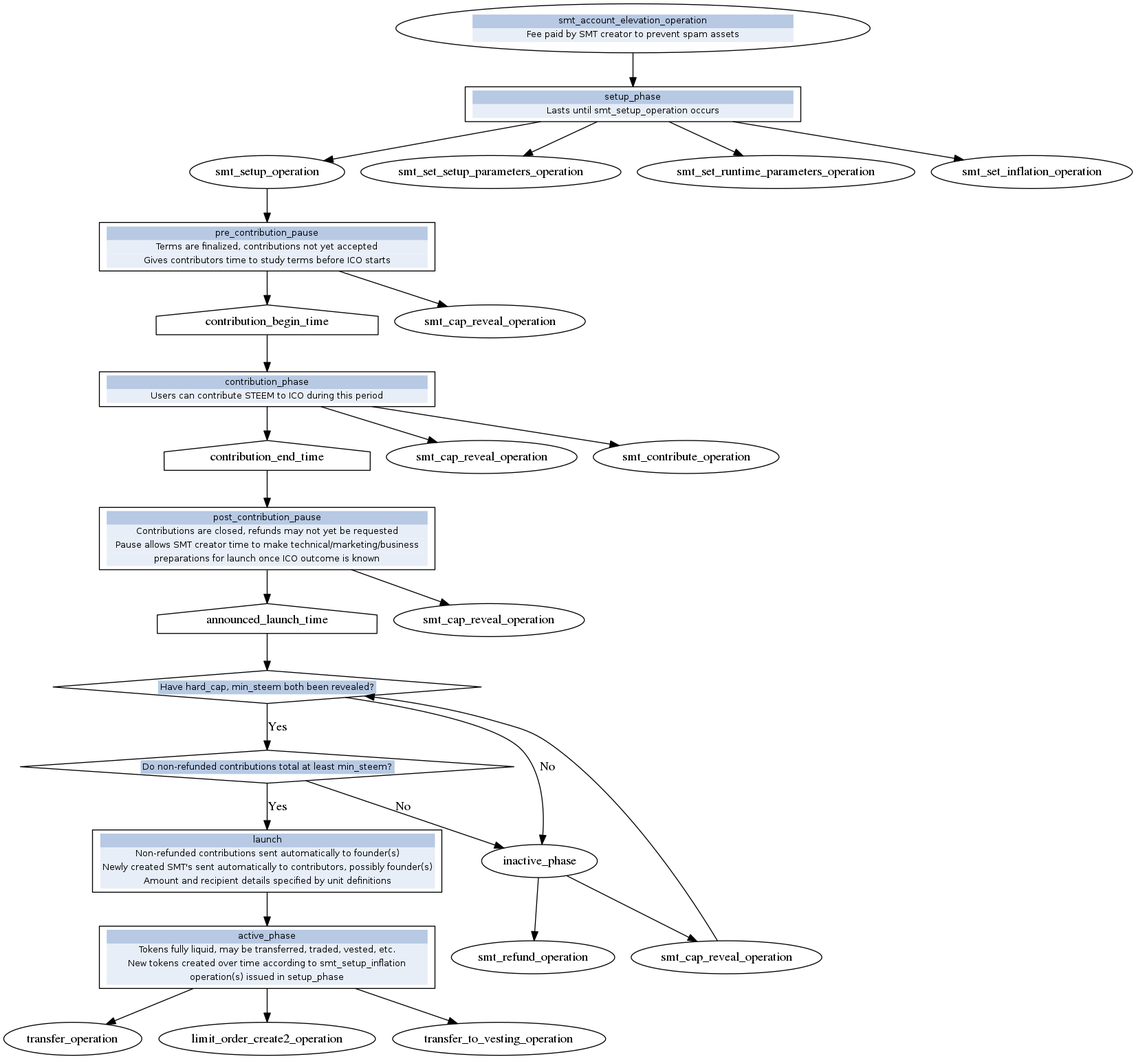
The Graphviz diagram smt-manual/img/timeline.png in steemit/smt-whitepaper, before a commit. Its source is kept beside it as smt-manual/timeline.dot. Source of this version:
```dot
digraph {
   {
      smt_account_elevation_operation[shape=ellipse group=mainline
		label=
		<
			<FONT POINT-SIZE="10" FACE="dialog">
			<TABLE BORDER="0" CELLSPACING="0">
			<TR><TD WIDTH="350" BGCOLOR="#b7c9e3">smt_account_elevation_operation</TD></TR>
			<TR><TD BGCOLOR="#e8eef7">Fee paid by SMT creator to prevent spam assets</TD></TR>
			</TABLE>
			</FONT>
		>
      ]

      setup_phase[shape=rectangle group=mainline
		label=
		<
			<FONT POINT-SIZE="10" FACE="dialog">
			<TABLE BORDER="0" CELLSPACING="0">
			<TR><TD WIDTH="350" BGCOLOR="#b7c9e3">setup_phase</TD></TR>
			<TR><TD BGCOLOR="#e8eef7">Lasts until smt_setup_operation occurs</TD></TR>
			</TABLE>
			</FONT>
		>
      ]

      pre_contribution_pause[shape=rectangle group=mainline
		label=
		<
			<FONT POINT-SIZE="10" FACE="dialog">
			<TABLE BORDER="0" CELLSPACING="0">
			<TR><TD WIDTH="350" BGCOLOR="#b7c9e3">pre_contribution_pause</TD></TR>
			<TR><TD BGCOLOR="#e8eef7">Terms are finalized, contributions not yet accepted</TD></TR>
			<TR><TD BGCOLOR="#e8eef7">Gives contributors time to study terms before ICO starts</TD></TR>
			</TABLE>
			</FONT>
		>
      ]

      contribution_begin_time[shape=house group=mainline]

      contribution_phase[shape=rectangle group=mainline
		label=
		<
			<FONT POINT-SIZE="10" FACE="dialog">
			<TABLE BORDER="0" CELLSPACING="0">
			<TR><TD WIDTH="350" BGCOLOR="#b7c9e3">contribution_phase</TD></TR>
			<TR><TD BGCOLOR="#e8eef7">Users can contribute STEEM to ICO during this period</TD></TR>
			</TABLE>
			</FONT>
		>
      ]

      contribution_end_time[shape=house group=mainline]

      post_contribution_pause[shape=rectangle group=mainline
		label=
		<
			<FONT POINT-SIZE="10" FACE="dialog">
			<TABLE BORDER="0" CELLSPACING="0">
			<TR><TD WIDTH="350" BGCOLOR="#b7c9e3">post_contribution_pause</TD></TR>
			<TR><TD BGCOLOR="#e8eef7">Contributions are closed, refunds may not yet be requested</TD></TR>
			<TR><TD BGCOLOR="#e8eef7">Pause allows SMT creator time to make technical/marketing/business</TD></TR>
                        <TR><TD BGCOLOR="#e8eef7">preparations for launch once ICO outcome is known</TD></TR>
			</TABLE>
			</FONT>
		>
      ]

      announced_launch_time[shape=house group=mainline]

      cap_revealed[shape=diamond group=mainline
		label=
		<
			<FONT POINT-SIZE="10" FACE="dialog">
			<TABLE BORDER="0" CELLSPACING="0">
			<TR><TD BGCOLOR="#b7c9e3">Have hard_cap, min_steem both been revealed?</TD></TR>
			</TABLE>
			</FONT>
		>]

      sufficient_contributions[shape=diamond group=mainline
		label=
		<
			<FONT POINT-SIZE="10" FACE="dialog">
			<TABLE BORDER="0" CELLSPACING="0">
			<TR><TD BGCOLOR="#b7c9e3">Do non-refunded contributions total at least min_steem?</TD></TR>
			</TABLE>
			</FONT>
		>]

      launch[shape=rectangle group=mainline
		label=
		<
			<FONT POINT-SIZE="10" FACE="dialog">
			<TABLE BORDER="0" CELLSPACING="0">
			<TR><TD WIDTH="350" BGCOLOR="#b7c9e3">launch</TD></TR>
			<TR><TD BGCOLOR="#e8eef7">Non-refunded contributions sent automatically to founder(s)</TD></TR>
			<TR><TD BGCOLOR="#e8eef7">Newly created SMT's sent automatically to contributors, possibly founder(s)</TD></TR>
                        <TR><TD BGCOLOR="#e8eef7">Amount and recipient details specified by unit definitions</TD></TR>
			</TABLE>
			</FONT>
		>
      ]

      active_phase[shape=rectangle group=mainline
		label=
		<
			<FONT POINT-SIZE="10" FACE="dialog">
			<TABLE BORDER="0" CELLSPACING="0">
			<TR><TD WIDTH="350" BGCOLOR="#b7c9e3">active_phase</TD></TR>
			<TR><TD BGCOLOR="#e8eef7">Tokens fully liquid, may be transferred, traded, vested, etc.</TD></TR>
			<TR><TD BGCOLOR="#e8eef7">New tokens created over time according to smt_setup_inflation</TD></TR>
                        <TR><TD BGCOLOR="#e8eef7">operation(s) issued in setup_phase</TD></TR>
			</TABLE>
			</FONT>
		>
      ]

      smt_setup_operation[shape=ellipse]

      smt_cap_reveal_operation_1[shape=ellipse label=smt_cap_reveal_operation]
      smt_cap_reveal_operation_2[shape=ellipse label=smt_cap_reveal_operation]
      smt_cap_reveal_operation_3[shape=ellipse label=smt_cap_reveal_operation]
      smt_cap_reveal_operation_4[shape=ellipse label=smt_cap_reveal_operation]

      smt_refund_operation[shape=ellipse]
   }

   smt_account_elevation_operation -> setup_phase;
   setup_phase -> smt_setup_operation;
   smt_setup_operation -> pre_contribution_pause;
   pre_contribution_pause -> contribution_begin_time;
   contribution_begin_time -> contribution_phase;
   contribution_phase -> contribution_end_time;
   contribution_end_time -> post_contribution_pause;
   post_contribution_pause -> announced_launch_time;
   announced_launch_time -> cap_revealed;
   cap_revealed -> sufficient_contributions [label="Yes"];
   sufficient_contributions -> launch [label="Yes"];
   sufficient_contributions -> inactive_phase [label="No"];
   cap_revealed -> inactive_phase [label="No"];
   launch -> active_phase;

   inactive_phase -> smt_cap_reveal_operation_4;
   inactive_phase -> smt_refund_operation;
   smt_cap_reveal_operation_4 -> cap_revealed;

   setup_phase -> smt_set_setup_parameters_operation;
   setup_phase -> smt_set_runtime_parameters_operation;
   setup_phase -> smt_set_inflation_operation;

   pre_contribution_pause -> smt_cap_reveal_operation_1;
   contribution_phase -> smt_cap_reveal_operation_2;
   post_contribution_pause -> smt_cap_reveal_operation_3;

   contribution_phase -> smt_contribute_operation;

   active_phase -> transfer_operation;
   active_phase -> limit_order_create2_operation;
   active_phase -> transfer_to_vesting_operation;
}
```
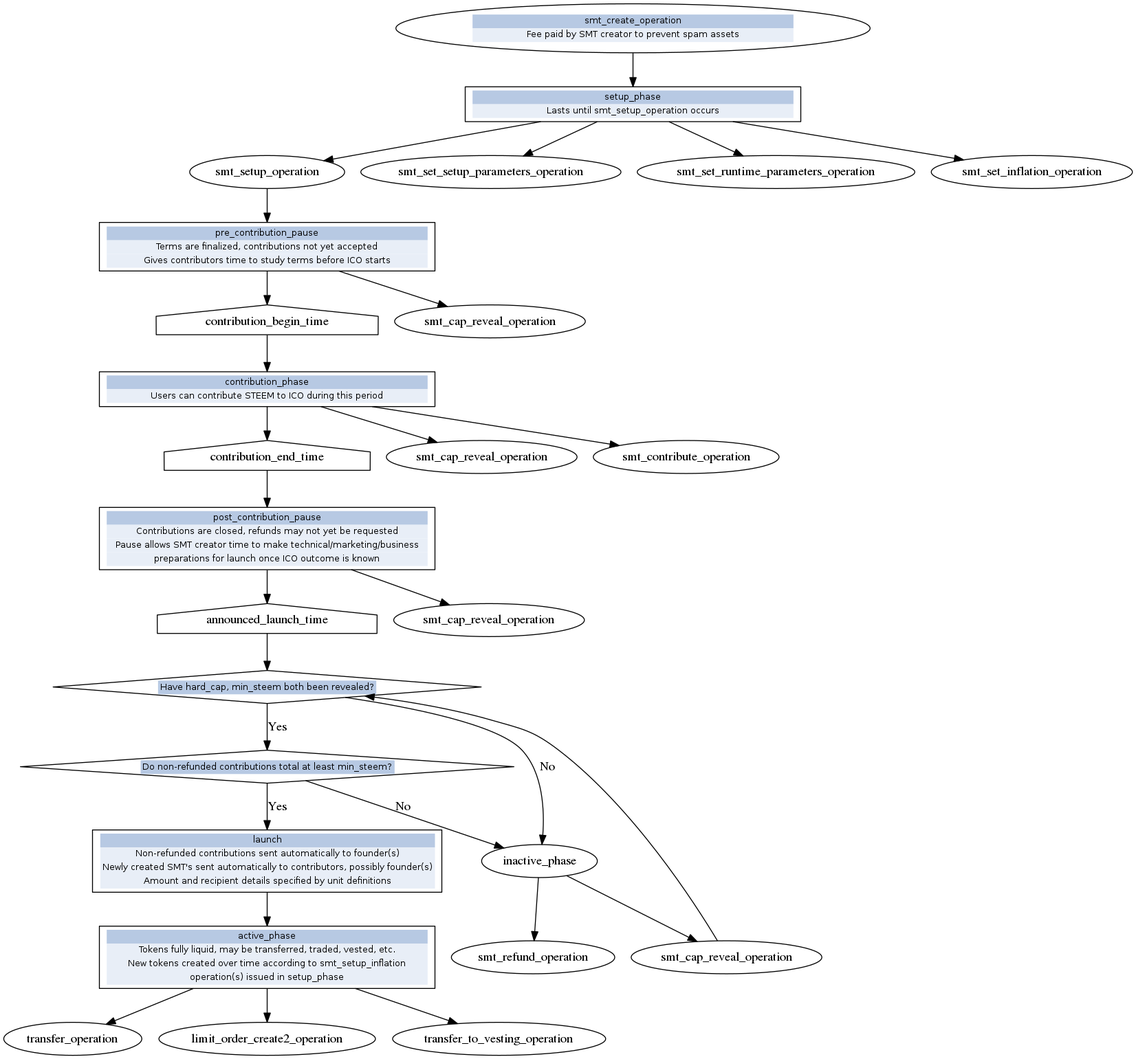
Later version of the same file.

Commit message:
Change smt_elevate_account_operation -> smt_create_operation #93

What changed in the source:
```diff
@@ -1,11 +1,11 @@
 digraph {
    {
-      smt_account_elevation_operation[shape=ellipse group=mainline
+      smt_create_operation[shape=ellipse group=mainline
 		label=
 		<
 			<FONT POINT-SIZE="10" FACE="dialog">
 			<TABLE BORDER="0" CELLSPACING="0">
-			<TR><TD WIDTH="350" BGCOLOR="#b7c9e3">smt_account_elevation_operation</TD></TR>
+			<TR><TD WIDTH="350" BGCOLOR="#b7c9e3">smt_create_operation</TD></TR>
 			<TR><TD BGCOLOR="#e8eef7">Fee paid by SMT creator to prevent spam assets</TD></TR>
 			</TABLE>
 			</FONT>
@@ -127,7 +127,7 @@
       smt_refund_operation[shape=ellipse]
    }
 
-   smt_account_elevation_operation -> setup_phase;
+   smt_create_operation -> setup_phase;
    setup_phase -> smt_setup_operation;
    smt_setup_operation -> pre_contribution_pause;
    pre_contribution_pause -> contribution_begin_time;
```
